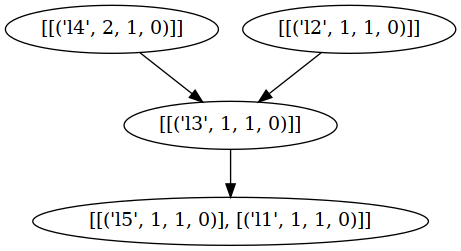
XushengLuo92/Hierarchical-LTL keeps this Graphviz diagram as task_network.png. Above is the earlier version. Its source is kept beside it as task_network.dot.
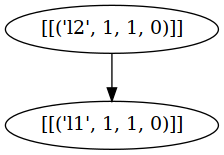
Later version of the same file.

The edit, as a diff of the source:
```diff
@@ -1,10 +1,6 @@
 strict digraph "" {
 	node [label="\N"];
-	"('l100', 1)"	[label="[[('l4', 2, 1, 0)]]"];
-	"('l200', 1)"	[label="[[('l3', 1, 1, 0)]]"];
-	"('l100', 1)" -> "('l200', 1)";
-	"('l100', 2)"	[label="[[('l2', 1, 1, 0)]]"];
-	"('l100', 2)" -> "('l200', 1)";
-	"('l200', 2)"	[label="[[('l5', 1, 1, 0)], [('l1', 1, 1, 0)]]"];
-	"('l200', 1)" -> "('l200', 2)";
+	"('l0', 2)"	[label="[[('l1', 1, 1, 0)]]"];
+	"('l100', 1)"	[label="[[('l2', 1, 1, 0)]]"];
+	"('l100', 1)" -> "('l0', 2)";
 }
```
